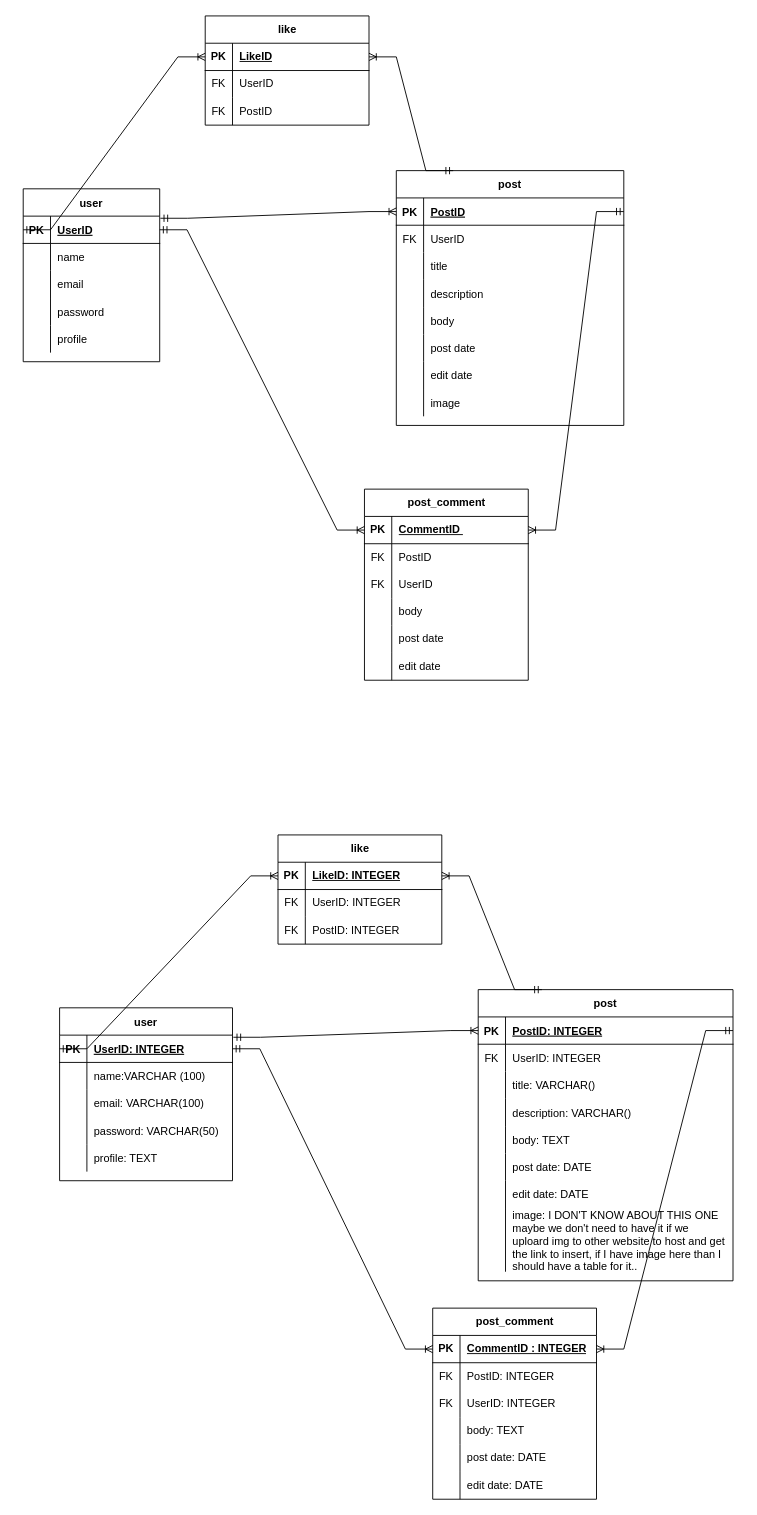
This is Module8/diagrams/Exercise 1.drawio from endofheat/9OctSECohort, a draw.io file, before an edit. Source tidied: cells renumbered, new cells numbered last; positions are measured from the earlier drawing's top-left corner, leaving out a move shared by most shapes. Both pictures are drawn from the tidied source at 91%, with x=0, y=0 at pixel (23, 15).
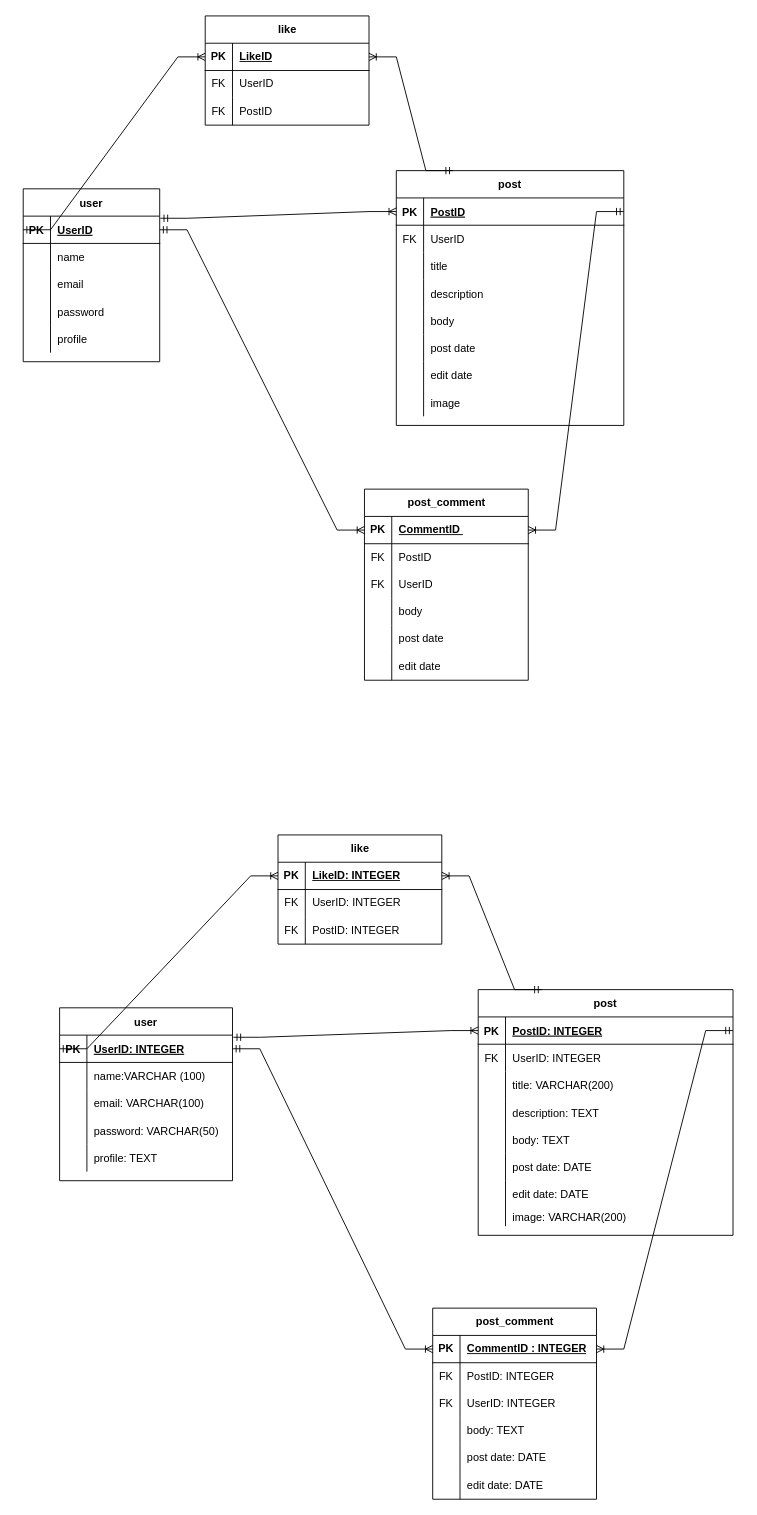
The same page after the edit.

The change refers to these unchanged cells:
```xml
<mxCell id="84" style="shape=partialRectangle;fillColor=none;top=0;left=0;right=0;bottom=0;" parent="77" vertex="1">
  <mxGeometry y="90" width="280" height="30" as="geometry" />
</mxCell>
<mxCell id="87" style="shape=partialRectangle;fillColor=none;top=0;left=0;right=0;bottom=0;" parent="77" vertex="1">
  <mxGeometry y="120" width="280" height="30" as="geometry" />
</mxCell>
```

Change to the diagram source:
```diff
@@
     <mxCell id="77" value="post" style="shape=table;startSize=30;childLayout=tableLayout;rowLines=0;fontStyle=1;align=center;" parent="1" vertex="1">
-      <mxGeometry x="500" y="1070" width="280" height="320" as="geometry" />
+      <mxGeometry x="500" y="1070" width="280" height="270" as="geometry" />
     </mxCell>
@@
-    <mxCell id="86" value="title: VARCHAR()" style="shape=partialRectangle;overflow=hidden;fillColor=none;top=0;left=0;bottom=0;right=0;align=left;spacingLeft=6;" parent="84" vertex="1">
+    <mxCell id="86" value="title: VARCHAR(200)" style="shape=partialRectangle;overflow=hidden;fillColor=none;top=0;left=0;bottom=0;right=0;align=left;spacingLeft=6;" parent="84" vertex="1">
       <mxGeometry x="30" width="250" height="30" as="geometry" />
     </mxCell>
@@
-    <mxCell id="89" value="description: VARCHAR()" style="shape=partialRectangle;overflow=hidden;fillColor=none;top=0;left=0;bottom=0;right=0;align=left;spacingLeft=6;" parent="87" vertex="1">
+    <mxCell id="89" value="description: TEXT" style="shape=partialRectangle;overflow=hidden;fillColor=none;top=0;left=0;bottom=0;right=0;align=left;spacingLeft=6;" parent="87" vertex="1">
       <mxGeometry x="30" width="250" height="30" as="geometry" />
     </mxCell>
@@
     <mxCell id="99" style="shape=partialRectangle;fillColor=none;top=0;left=0;right=0;bottom=0;" parent="77" vertex="1">
-      <mxGeometry y="240" width="280" height="70" as="geometry" />
+      <mxGeometry y="240" width="280" height="20" as="geometry" />
     </mxCell>
     <mxCell id="100" style="shape=partialRectangle;overflow=hidden;fillColor=none;top=0;left=0;bottom=0;right=0;" parent="99" vertex="1">
-      <mxGeometry width="30" height="70" as="geometry" />
+      <mxGeometry width="30" height="20" as="geometry" />
     </mxCell>
-    <mxCell id="101" value="image: I DON'T KNOW ABOUT THIS ONE&#10;maybe we don't need to have it if we &#10;uploard img to other website to host and get&#10;the link to insert, if I have image here than I&#10;should have a table for it.." style="shape=partialRectangle;overflow=hidden;fillColor=none;top=0;left=0;bottom=0;right=0;align=left;spacingLeft=6;" parent="99" vertex="1">
-      <mxGeometry x="30" width="250" height="70" as="geometry" />
+    <mxCell id="101" value="image: VARCHAR(200)" style="shape=partialRectangle;overflow=hidden;fillColor=none;top=0;left=0;bottom=0;right=0;align=left;spacingLeft=6;" parent="99" vertex="1">
+      <mxGeometry x="30" width="250" height="20" as="geometry" />
     </mxCell>
```
